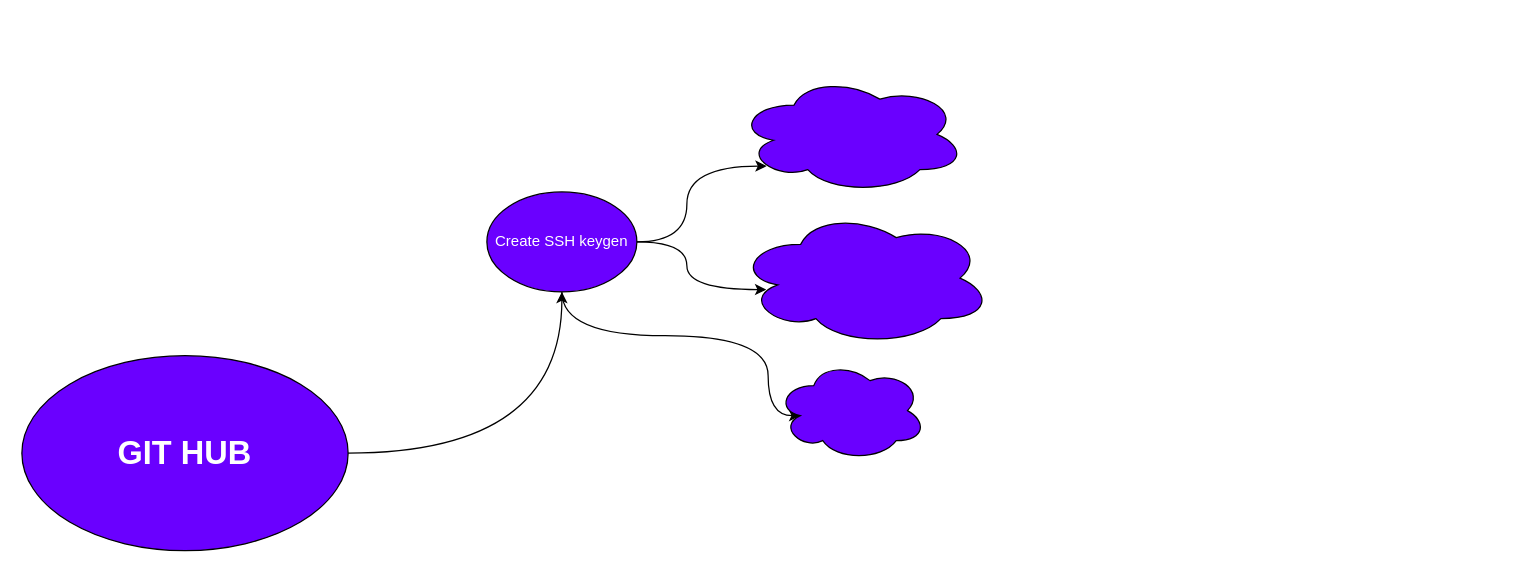
abasworm/mindmaping keeps this draw.io diagram as github.drawio. Above is the earlier version. Source tidied: cells renumbered, new cells numbered last; positions are measured from the earlier drawing's top-left corner, leaving out a move shared by most shapes. Both pictures are drawn from the tidied source at 125%, with x=0, y=0 at pixel (21, 75).
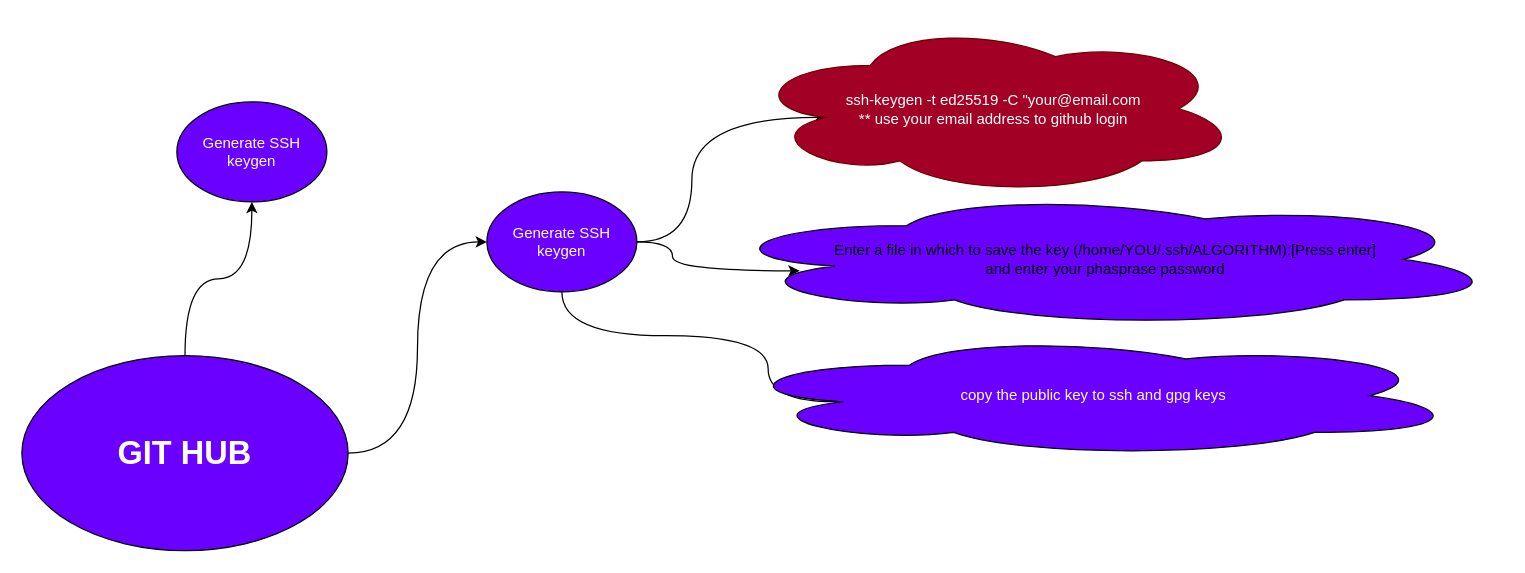
The same diagram, later.

What changed in the source:
```diff
@@
 <mxGraphModel>
   <root>
     <mxCell id="0" />
     <mxCell id="1" parent="0" />
-    <mxCell id="2" style="edgeStyle=orthogonalEdgeStyle;rounded=0;jettySize=auto;html=1;curved=1;" parent="1" edge="1" source="3" target="7">
+    <mxCell id="2" style="edgeStyle=orthogonalEdgeStyle;rounded=0;jettySize=auto;html=1;curved=1;entryX=0;entryY=0.5;entryDx=0;entryDy=0;" parent="1" edge="1" source="3" target="7">
       <mxGeometry relative="1" as="geometry" />
     </mxCell>
+    <mxCell id="11" style="edgeStyle=orthogonalEdgeStyle;curved=1;rounded=0;jettySize=auto;html=1;entryX=0.5;entryY=1;entryDx=0;entryDy=0;" parent="1" edge="1" source="3" target="12">
+      <mxGeometry relative="1" as="geometry" />
+    </mxCell>
     <mxCell id="3" value="&lt;b style=&quot;font-size: 26px;&quot;&gt;GIT HUB&lt;br style=&quot;font-size: 26px;&quot;&gt;&lt;/b&gt;" style="ellipse;whiteSpace=wrap;html=1;fillColor=#6a00ff;fontColor=#ffffff;strokeColor=default;fontSize=26;" parent="1" vertex="1">
       <mxGeometry y="224" width="261" height="156" as="geometry" />
     </mxCell>
-    <mxCell id="4" style="rounded=0;jettySize=auto;html=1;entryX=0.13;entryY=0.77;entryDx=0;entryDy=0;entryPerimeter=0;edgeStyle=orthogonalEdgeStyle;curved=1;" parent="1" edge="1" source="7" target="8">
+    <mxCell id="4" style="rounded=0;jettySize=auto;html=1;entryX=0.16;entryY=0.55;entryDx=0;entryDy=0;entryPerimeter=0;edgeStyle=orthogonalEdgeStyle;curved=1;" parent="1" edge="1" source="7" target="8">
       <mxGeometry relative="1" as="geometry" />
     </mxCell>
     <mxCell id="5" style="edgeStyle=orthogonalEdgeStyle;rounded=0;jettySize=auto;html=1;curved=1;entryX=0.115;entryY=0.585;entryDx=0;entryDy=0;entryPerimeter=0;" parent="1" edge="1" source="7" target="9">
       <mxGeometry relative="1" as="geometry" />
     </mxCell>
     <mxCell id="6" style="edgeStyle=orthogonalEdgeStyle;curved=1;rounded=0;jettySize=auto;html=1;entryX=0.16;entryY=0.55;entryDx=0;entryDy=0;entryPerimeter=0;" parent="1" edge="1" source="7" target="10">
       <mxGeometry relative="1" as="geometry">
         <Array as="points">
           <mxPoint x="432" y="208" />
           <mxPoint x="597" y="208" />
         </Array>
       </mxGeometry>
     </mxCell>
-    <mxCell id="7" value="Create SSH keygen" style="ellipse;whiteSpace=wrap;html=1;fillColor=#6a00ff;fontColor=#ffffff;strokeColor=default;" parent="1" vertex="1">
+    <mxCell id="7" value="Generate SSH keygen" style="ellipse;whiteSpace=wrap;html=1;fillColor=#6a00ff;fontColor=#ffffff;strokeColor=default;" parent="1" vertex="1">
       <mxGeometry x="372" y="93" width="120" height="80" as="geometry" />
     </mxCell>
-    <mxCell id="8" style="ellipse;shape=cloud;whiteSpace=wrap;html=1;fillColor=#6a00ff;fontColor=#ffffff;" parent="1" vertex="1">
-      <mxGeometry x="572" width="183" height="94" as="geometry" />
+    <mxCell id="8" value="&lt;div&gt;ssh-keygen -t ed25519 -C &quot;your@email.com&lt;/div&gt;** use your email address to github login" style="ellipse;shape=cloud;whiteSpace=wrap;html=1;fillColor=#a20025;fontColor=#ffffff;verticalAlign=middle;strokeColor=#6F0000;" parent="1" vertex="1">
+      <mxGeometry x="580" y="-43" width="395" height="139" as="geometry" />
     </mxCell>
-    <mxCell id="9" style="ellipse;shape=cloud;whiteSpace=wrap;html=1;fillColor=#6a00ff;fontColor=#ffffff;" parent="1" vertex="1">
-      <mxGeometry x="572" y="108" width="204" height="108" as="geometry" />
+    <mxCell id="9" value="&lt;div&gt;Enter a file in which to save the key (/home/YOU/.ssh/ALGORITHM):[Press enter]&lt;/div&gt;&lt;div&gt;and enter your phasprase password&lt;br&gt;&lt;/div&gt;" style="ellipse;shape=cloud;html=1;fillColor=#6a00ff;whiteSpace=wrap;" parent="1" vertex="1">
+      <mxGeometry x="549" y="93" width="636" height="108" as="geometry" />
     </mxCell>
-    <mxCell id="10" style="ellipse;shape=cloud;whiteSpace=wrap;html=1;fillColor=#6a00ff;fontColor=#ffffff;" parent="1" vertex="1">
-      <mxGeometry x="603.5" y="228" width="120" height="80" as="geometry" />
+    <mxCell id="10" value="copy the public key to ssh and gpg keys " style="ellipse;shape=cloud;whiteSpace=wrap;html=1;fillColor=#6a00ff;fontColor=#ffffff;" parent="1" vertex="1">
+      <mxGeometry x="563" y="207" width="589" height="98" as="geometry" />
     </mxCell>
+    <mxCell id="12" value="Generate SSH keygen" style="ellipse;whiteSpace=wrap;html=1;fillColor=#6a00ff;fontColor=#ffffff;strokeColor=default;" parent="1" vertex="1">
+      <mxGeometry x="124" y="21" width="120" height="80" as="geometry" />
+    </mxCell>
   </root>
 </mxGraphModel>
```
